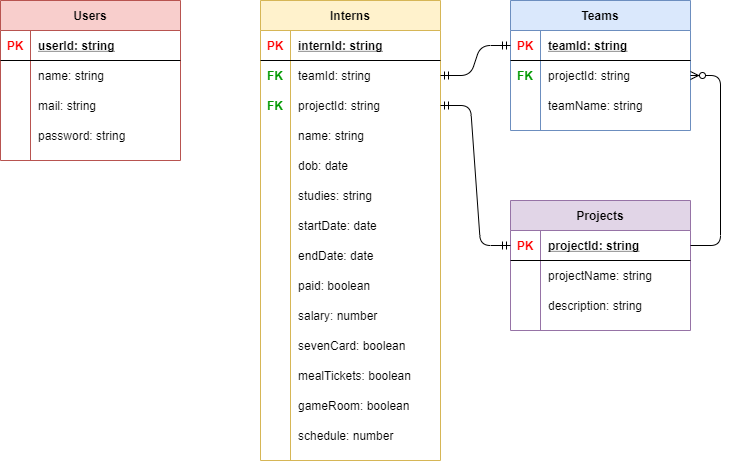
The draw.io diagram Documentation & Diagrams/sql-diag.png in GeorgianaAndries/MSD_Project, before a commit. Source tidied: cells renumbered, new cells last; positions are measured from the earlier drawing's top-left corner, leaving out a move shared by most shapes.
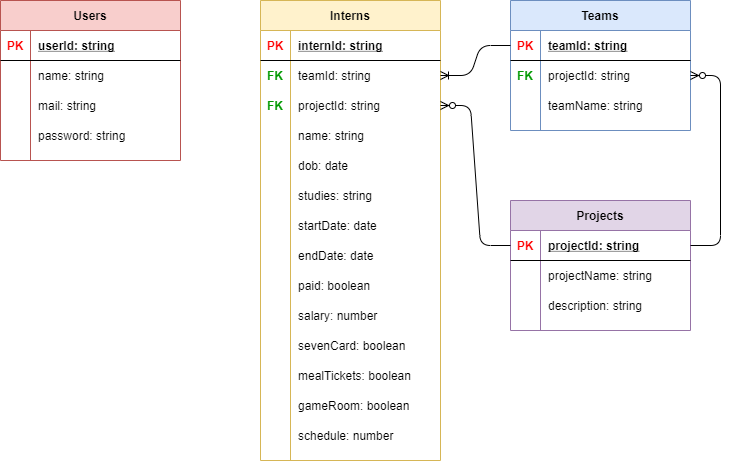
After the commit.

Commit message:
modificari la relatii

The edit, as a diff of the source:
```diff
@@ -233,11 +233,11 @@
     <mxCell id="78" style="edgeStyle=entityRelationEdgeStyle;fontSize=12;html=1;endArrow=ERzeroToMany;endFill=1;exitX=1;exitY=0.5;exitDx=0;exitDy=0;" parent="1" edge="1" source="16" target="29">
       <mxGeometry relative="1" as="geometry" />
     </mxCell>
-    <mxCell id="79" style="edgeStyle=entityRelationEdgeStyle;fontSize=12;html=1;endArrow=ERmandOne;startArrow=ERmandOne;entryX=0;entryY=0.5;entryDx=0;entryDy=0;exitX=1;exitY=0.5;exitDx=0;exitDy=0;" parent="1" edge="1" source="39" target="26">
-      <mxGeometry relative="1" as="geometry" />
-    </mxCell>
-    <mxCell id="80" style="edgeStyle=entityRelationEdgeStyle;fontSize=12;html=1;endArrow=ERmandOne;startArrow=ERmandOne;entryX=0;entryY=0.5;entryDx=0;entryDy=0;exitX=1;exitY=0.5;exitDx=0;exitDy=0;" parent="1" edge="1" source="42" target="16">
-      <mxGeometry relative="1" as="geometry" />
-    </mxCell>
+    <mxCell id="81" style="edgeStyle=entityRelationEdgeStyle;fontSize=12;html=1;endArrow=ERoneToMany;" parent="1" edge="1" source="26" target="39">
+      <mxGeometry relative="1" as="geometry" />
+    </mxCell>
+    <mxCell id="82" style="edgeStyle=entityRelationEdgeStyle;fontSize=12;html=1;endArrow=ERzeroToMany;endFill=1;exitX=0;exitY=0.5;exitDx=0;exitDy=0;" parent="1" edge="1" source="16" target="42">
+      <mxGeometry relative="1" as="geometry" />
+    </mxCell>
   </root>
 </mxGraphModel>
```
